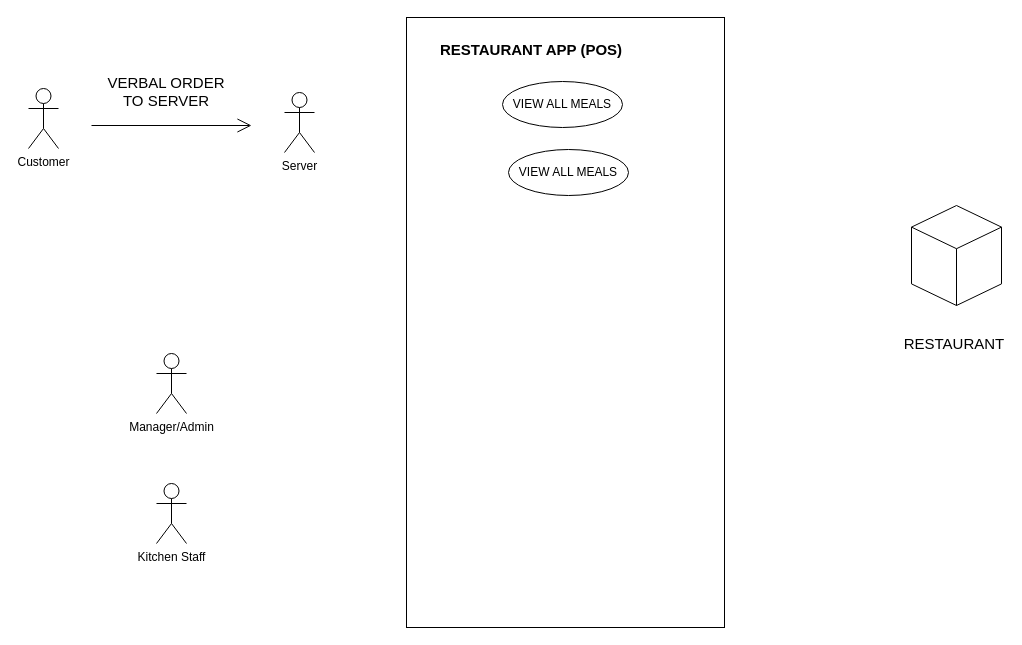
Before: documentation/Use Case Diagram.drawio in KryptoFlamingo/Inventory_Management_App, a draw.io diagram. Source tidied: cells renumbered, new cells numbered last; positions are measured from the earlier drawing's top-left corner, leaving out a move shared by most shapes. Both pictures are drawn from the tidied source at 100%, with x=0, y=0 at pixel (28, 17).
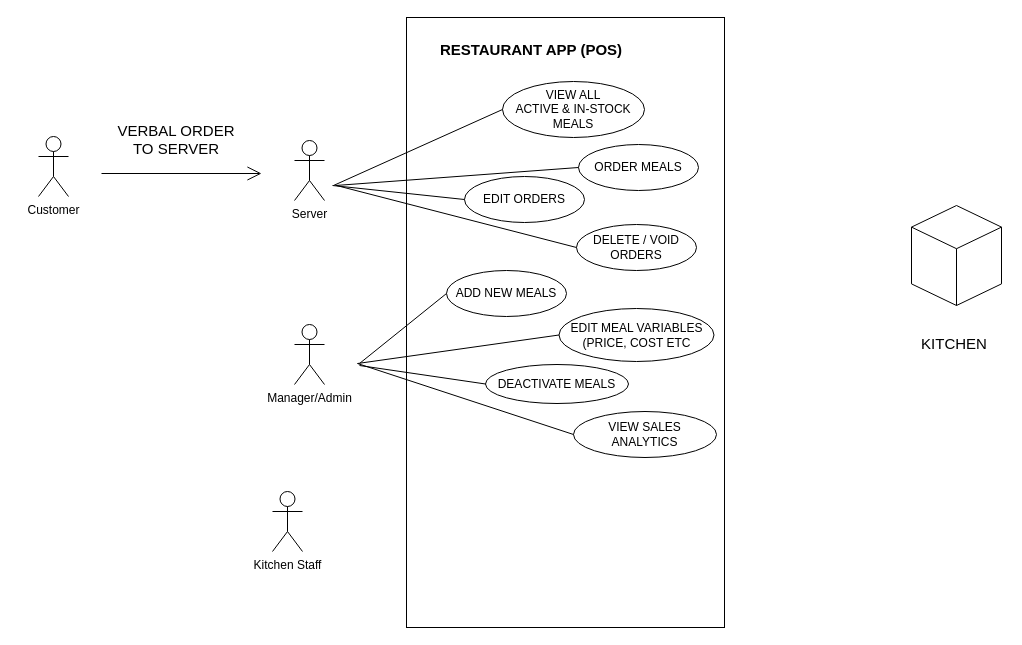
Above is the later version.

Change to the diagram source:
```diff
@@
     <mxCell id="2" value="Server" style="shape=umlActor;verticalLabelPosition=bottom;verticalAlign=top;html=1;" parent="1" vertex="1">
-      <mxGeometry x="256" y="75" width="30" height="60" as="geometry" />
+      <mxGeometry x="266" y="123" width="30" height="60" as="geometry" />
     </mxCell>
     <mxCell id="3" value="Customer" style="shape=umlActor;verticalLabelPosition=bottom;verticalAlign=top;html=1;" parent="1" vertex="1">
-      <mxGeometry y="71" width="30" height="60" as="geometry" />
+      <mxGeometry x="10" y="119" width="30" height="60" as="geometry" />
     </mxCell>
     <mxCell id="4" value="Manager/Admin" style="shape=umlActor;verticalLabelPosition=bottom;verticalAlign=top;html=1;" parent="1" vertex="1">
-      <mxGeometry x="128" y="336" width="30" height="60" as="geometry" />
+      <mxGeometry x="266" y="307" width="30" height="60" as="geometry" />
     </mxCell>
     <mxCell id="5" value="Kitchen Staff" style="shape=umlActor;verticalLabelPosition=bottom;verticalAlign=top;html=1;" parent="1" vertex="1">
-      <mxGeometry x="128" y="466" width="30" height="60" as="geometry" />
+      <mxGeometry x="244" y="474" width="30" height="60" as="geometry" />
     </mxCell>
@@
-    <mxCell id="7" value="&lt;font style=&quot;font-size: 15px&quot;&gt;RESTAURANT&lt;/font&gt;" style="text;html=1;strokeColor=none;fillColor=none;align=center;verticalAlign=middle;whiteSpace=wrap;rounded=0;" parent="1" vertex="1">
+    <mxCell id="7" value="&lt;font style=&quot;font-size: 15px&quot;&gt;KITCHEN&lt;/font&gt;" style="text;html=1;strokeColor=none;fillColor=none;align=center;verticalAlign=middle;whiteSpace=wrap;rounded=0;" parent="1" vertex="1">
       <mxGeometry x="906" y="316" width="40" height="20" as="geometry" />
     </mxCell>
@@
-    <mxCell id="10" value="VIEW ALL MEALS" style="ellipse;whiteSpace=wrap;html=1;" parent="1" vertex="1">
-      <mxGeometry x="474" y="64" width="120" height="46" as="geometry" />
+    <mxCell id="10" value="VIEW ALL &lt;br&gt;ACTIVE &amp;amp; IN-STOCK MEALS" style="ellipse;whiteSpace=wrap;html=1;" parent="1" vertex="1">
+      <mxGeometry x="474" y="64" width="142" height="56" as="geometry" />
     </mxCell>
-    <mxCell id="11" value="VIEW ALL MEALS" style="ellipse;whiteSpace=wrap;html=1;" parent="1" vertex="1">
-      <mxGeometry x="480" y="132" width="120" height="46" as="geometry" />
+    <mxCell id="11" value="ORDER MEALS" style="ellipse;whiteSpace=wrap;html=1;" parent="1" vertex="1">
+      <mxGeometry x="550" y="127" width="120" height="46" as="geometry" />
     </mxCell>
     <mxCell id="12" value="&lt;font style=&quot;font-size: 15px&quot;&gt;VERBAL ORDER TO SERVER&lt;/font&gt;" style="text;html=1;strokeColor=none;fillColor=none;align=center;verticalAlign=middle;whiteSpace=wrap;rounded=0;" parent="1" vertex="1">
-      <mxGeometry x="70" y="64" width="136" height="20" as="geometry" />
+      <mxGeometry x="80" y="112" width="136" height="20" as="geometry" />
     </mxCell>
     <mxCell id="13" style="endArrow=open;endFill=1;endSize=12;html=1;" parent="1" edge="1">
       <mxGeometry relative="1" as="geometry">
-        <mxPoint x="63" y="108" as="sourcePoint" />
-        <mxPoint x="223" y="108" as="targetPoint" />
+        <mxPoint x="73" y="156" as="sourcePoint" />
+        <mxPoint x="233" y="156" as="targetPoint" />
       </mxGeometry>
     </mxCell>
+    <mxCell id="14" style="endArrow=none;html=1;entryX=0;entryY=0.5;entryDx=0;entryDy=0;" parent="1" edge="1" target="10">
+      <mxGeometry relative="1" as="geometry">
+        <mxPoint x="305" y="168" as="sourcePoint" />
+      </mxGeometry>
+    </mxCell>
+    <mxCell id="15" style="endArrow=none;html=1;entryX=0;entryY=0.5;entryDx=0;entryDy=0;" parent="1" edge="1" target="11">
+      <mxGeometry relative="1" as="geometry">
+        <mxPoint x="307" y="168" as="sourcePoint" />
+      </mxGeometry>
+    </mxCell>
+    <mxCell id="16" value="EDIT ORDERS" style="ellipse;whiteSpace=wrap;html=1;" parent="1" vertex="1">
+      <mxGeometry x="436" y="159" width="120" height="46" as="geometry" />
+    </mxCell>
+    <mxCell id="17" style="endArrow=none;html=1;entryX=0;entryY=0.5;entryDx=0;entryDy=0;" parent="1" edge="1" target="16">
+      <mxGeometry relative="1" as="geometry">
+        <mxPoint x="304" y="168" as="sourcePoint" />
+      </mxGeometry>
+    </mxCell>
+    <mxCell id="18" value="DELETE / VOID ORDERS" style="ellipse;whiteSpace=wrap;html=1;" parent="1" vertex="1">
+      <mxGeometry x="548" y="207" width="120" height="46" as="geometry" />
+    </mxCell>
+    <mxCell id="19" style="endArrow=none;html=1;entryX=0;entryY=0.5;entryDx=0;entryDy=0;" parent="1" edge="1" target="18">
+      <mxGeometry relative="1" as="geometry">
+        <mxPoint x="308" y="168" as="sourcePoint" />
+      </mxGeometry>
+    </mxCell>
+    <mxCell id="20" value="ADD NEW MEALS" style="ellipse;whiteSpace=wrap;html=1;" parent="1" vertex="1">
+      <mxGeometry x="418" y="253" width="120" height="46" as="geometry" />
+    </mxCell>
+    <mxCell id="21" value="DEACTIVATE MEALS" style="ellipse;whiteSpace=wrap;html=1;" parent="1" vertex="1">
+      <mxGeometry x="457" y="347" width="143" height="39" as="geometry" />
+    </mxCell>
+    <mxCell id="22" value="EDIT MEAL VARIABLES (PRICE, COST ETC" style="ellipse;whiteSpace=wrap;html=1;" parent="1" vertex="1">
+      <mxGeometry x="530.5" y="291" width="155" height="53" as="geometry" />
+    </mxCell>
+    <mxCell id="23" value="VIEW SALES ANALYTICS" style="ellipse;whiteSpace=wrap;html=1;" parent="1" vertex="1">
+      <mxGeometry x="545" y="394" width="143" height="46" as="geometry" />
+    </mxCell>
+    <mxCell id="24" style="endArrow=none;html=1;entryX=0;entryY=0.5;entryDx=0;entryDy=0;" parent="1" edge="1" target="20">
+      <mxGeometry relative="1" as="geometry">
+        <mxPoint x="331" y="346" as="sourcePoint" />
+      </mxGeometry>
+    </mxCell>
+    <mxCell id="25" style="endArrow=none;html=1;entryX=0;entryY=0.5;entryDx=0;entryDy=0;" parent="1" edge="1" target="22">
+      <mxGeometry relative="1" as="geometry">
+        <mxPoint x="329" y="346" as="sourcePoint" />
+      </mxGeometry>
+    </mxCell>
+    <mxCell id="26" style="endArrow=none;html=1;entryX=0;entryY=0.5;entryDx=0;entryDy=0;" parent="1" edge="1" target="21">
+      <mxGeometry relative="1" as="geometry">
+        <mxPoint x="331" y="348" as="sourcePoint" />
+      </mxGeometry>
+    </mxCell>
+    <mxCell id="27" style="endArrow=none;html=1;entryX=0;entryY=0.5;entryDx=0;entryDy=0;" parent="1" edge="1" target="23">
+      <mxGeometry relative="1" as="geometry">
+        <mxPoint x="329" y="346" as="sourcePoint" />
+      </mxGeometry>
+    </mxCell>
```
